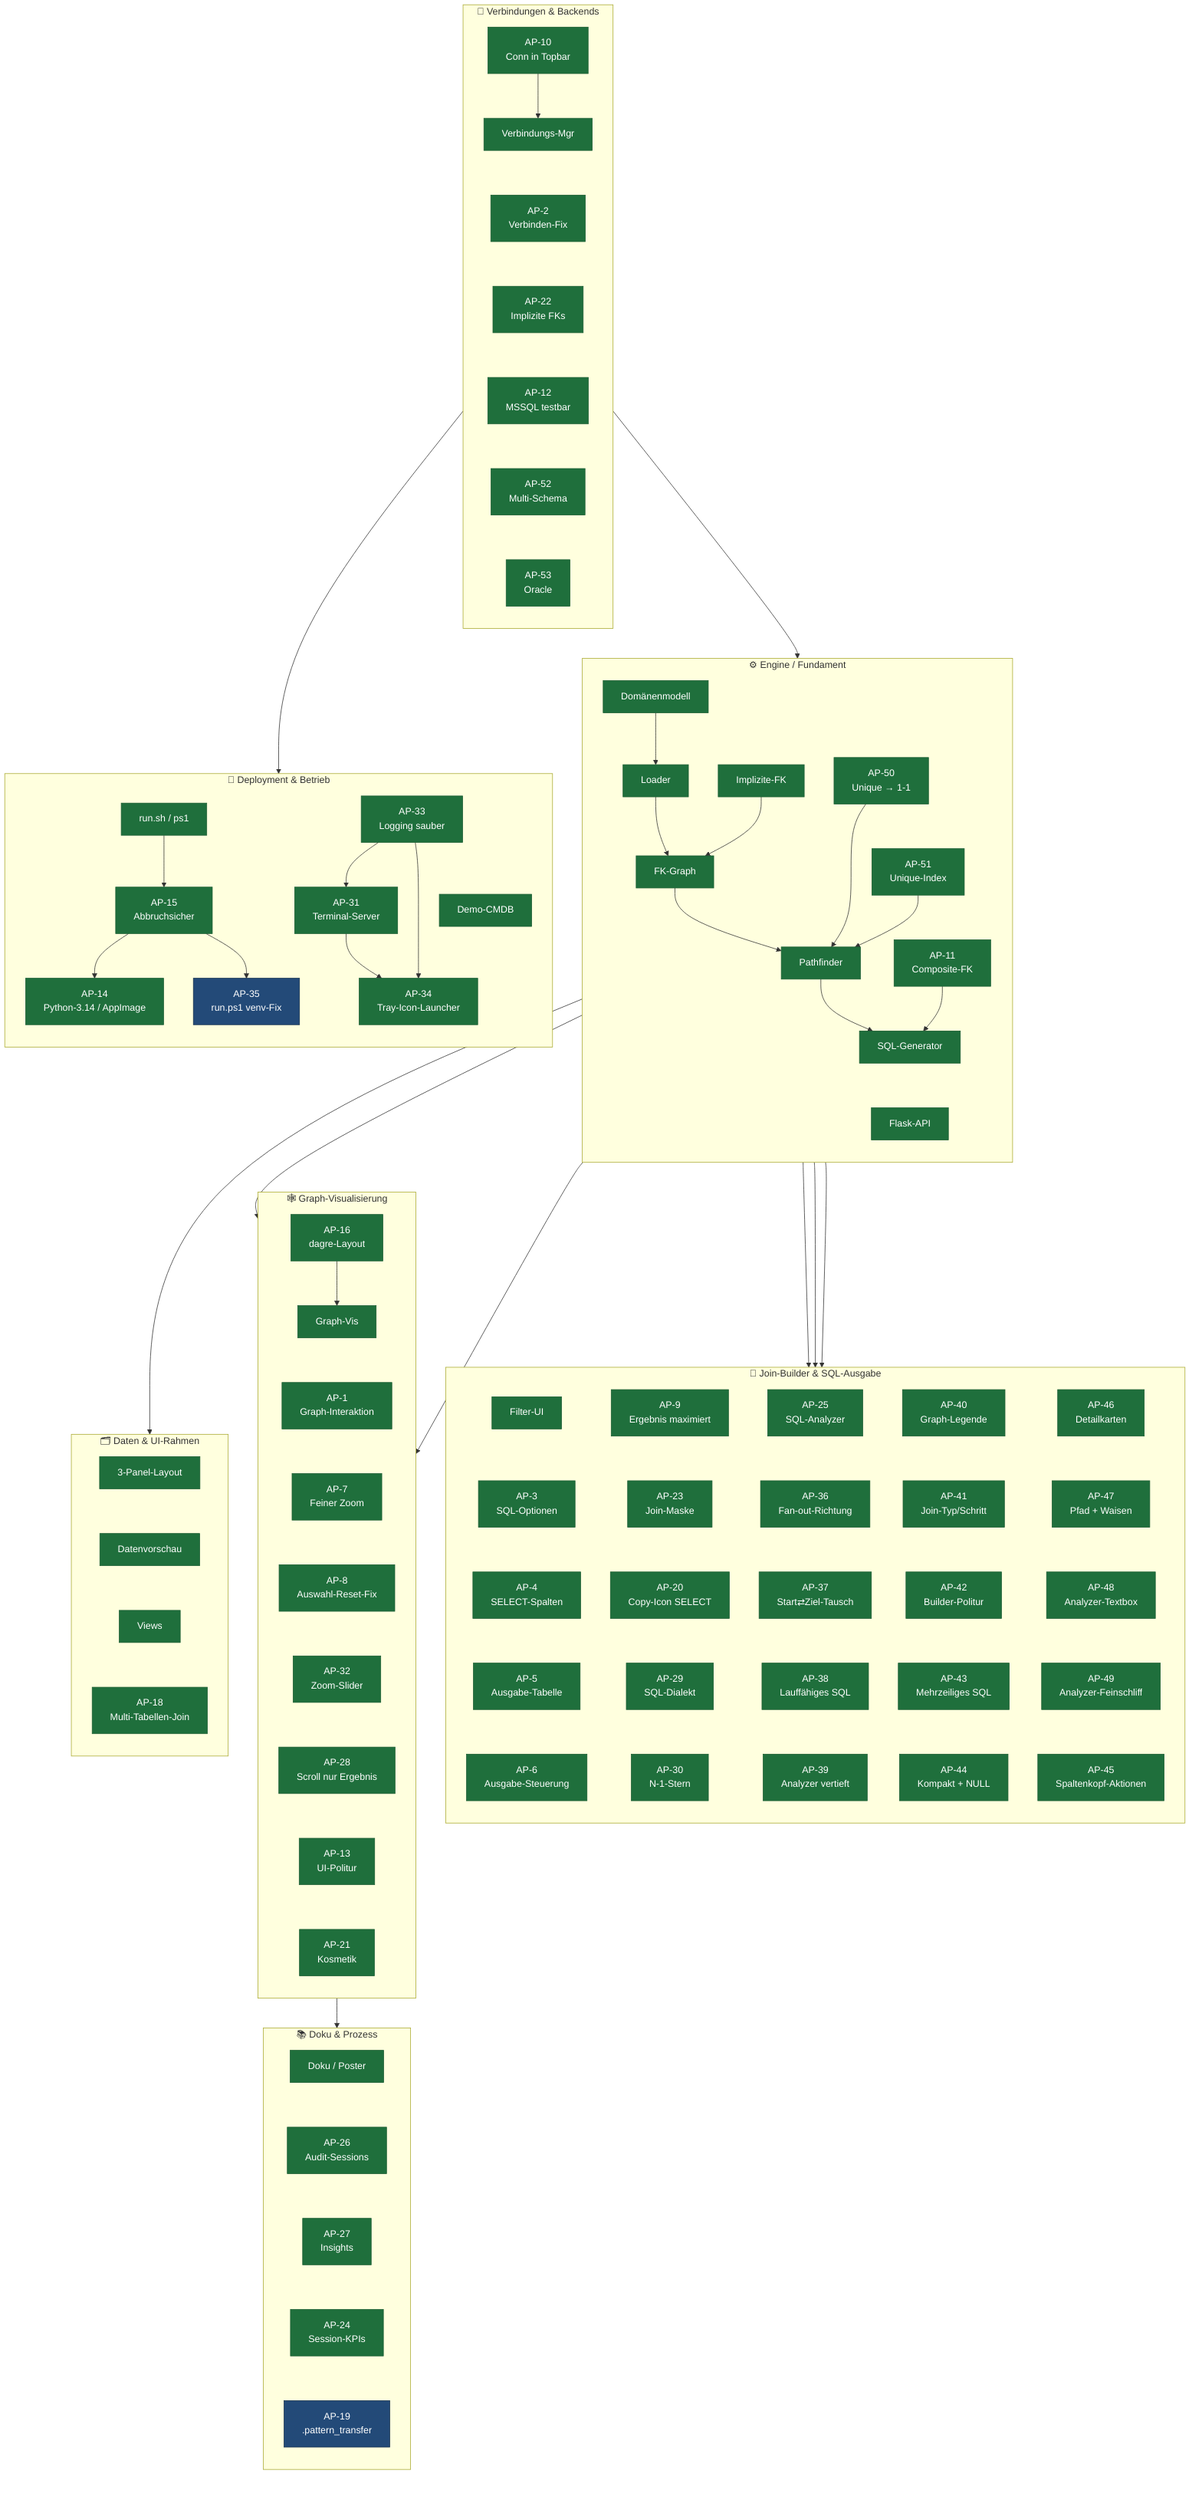
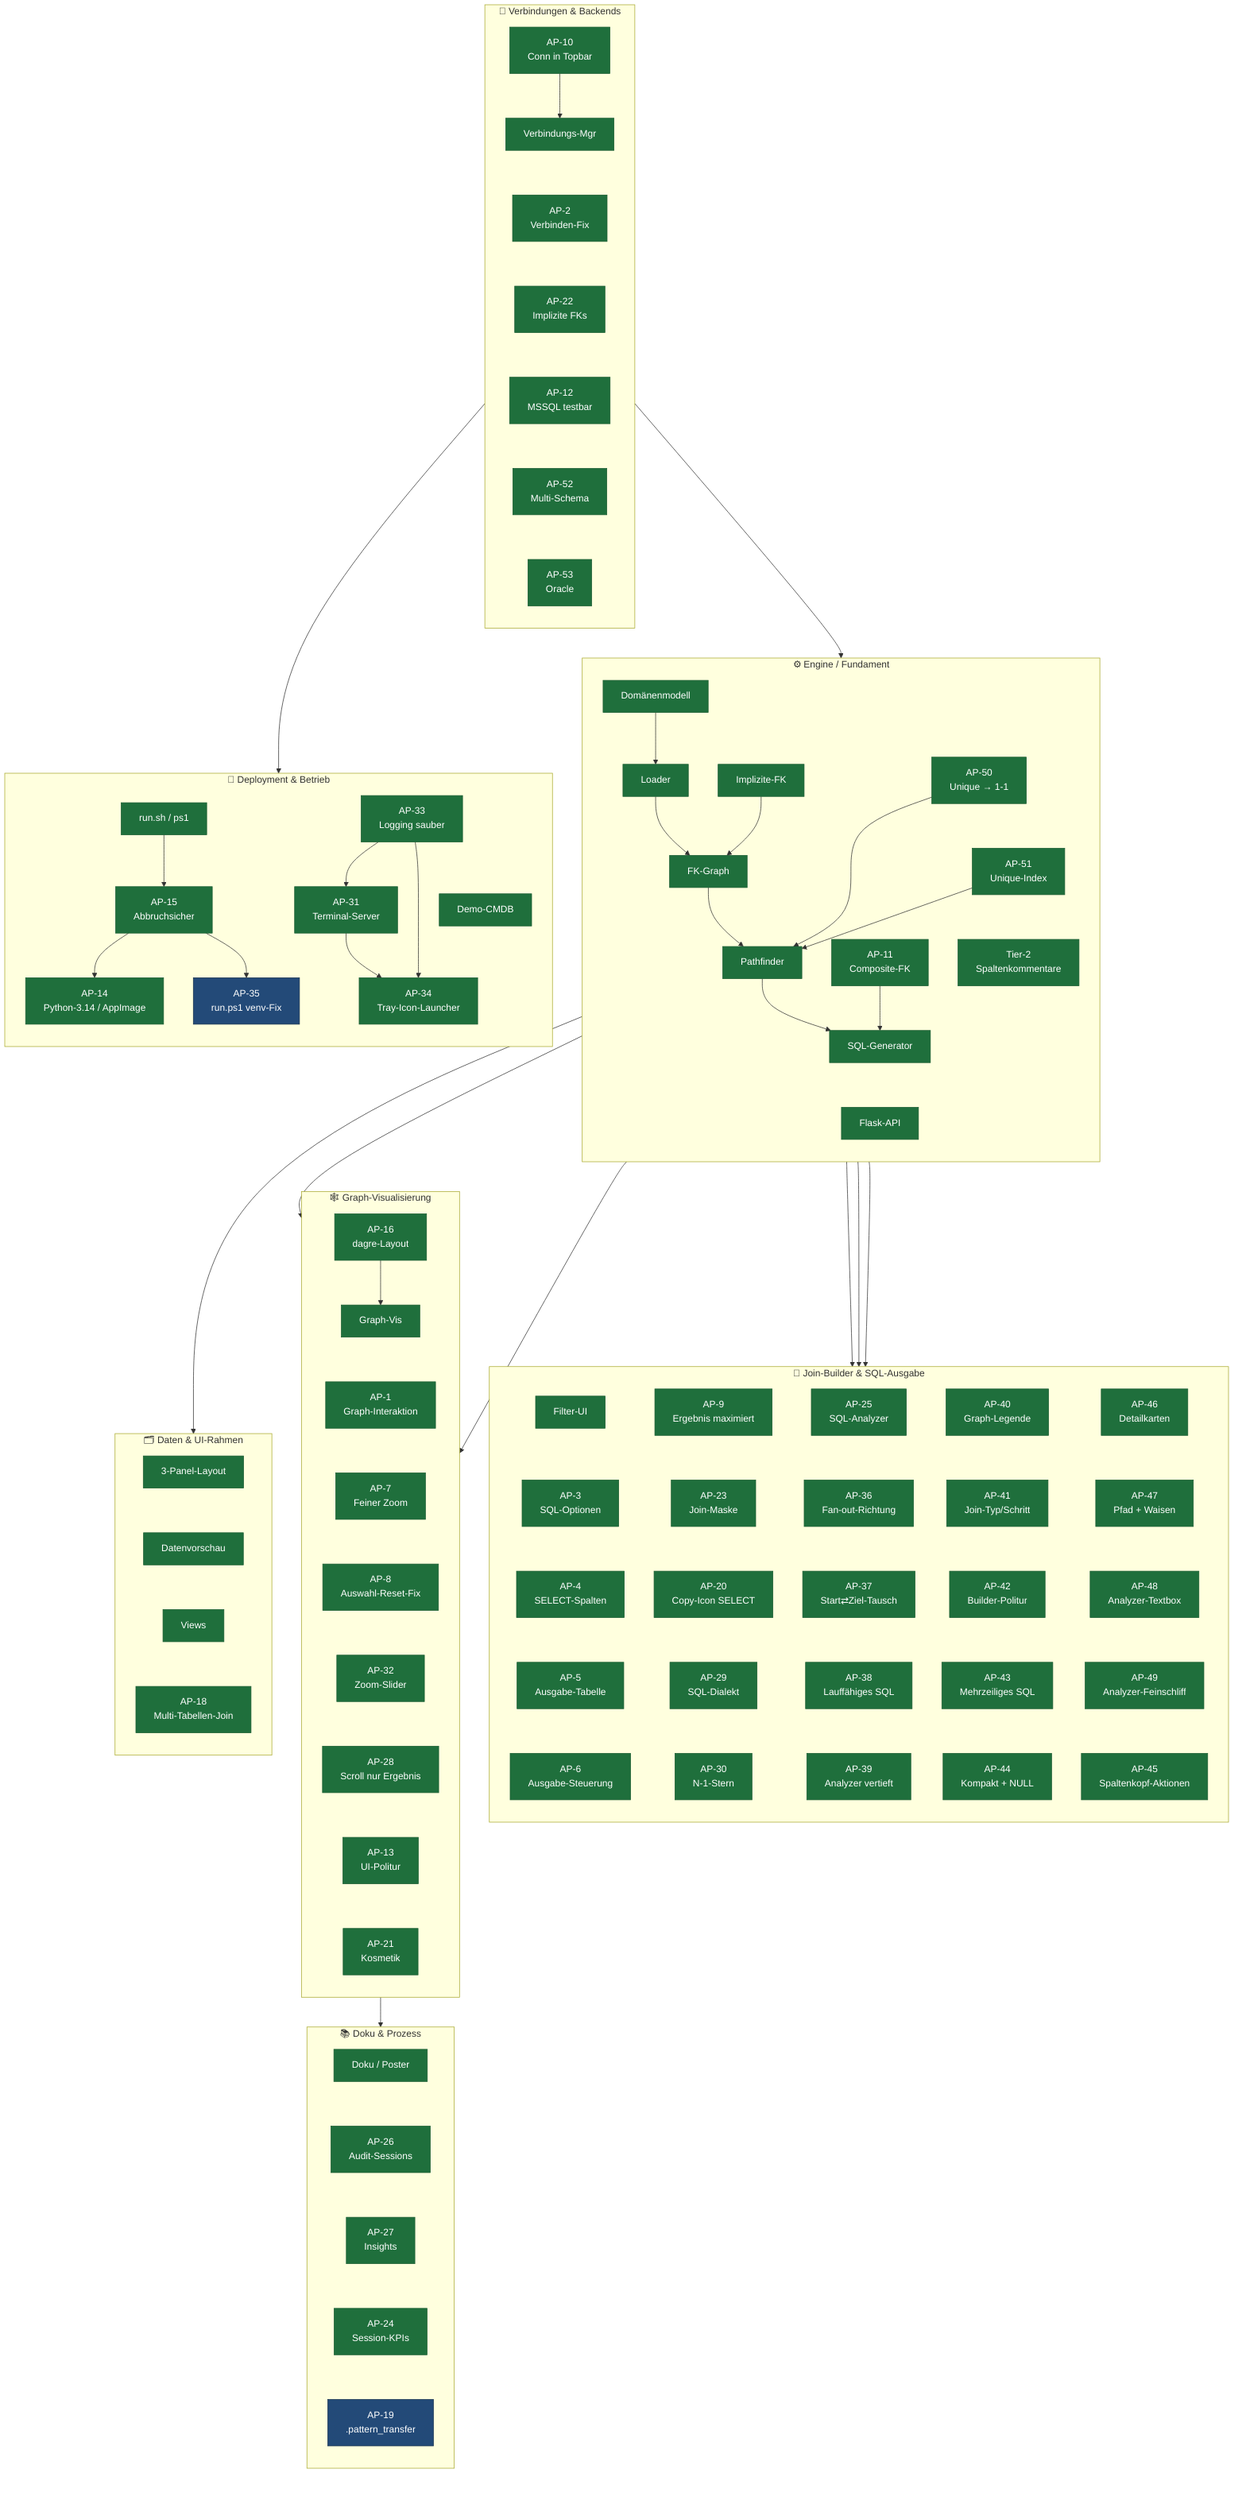
flowchart TB
    classDef done fill:#1f6f3c,color:#fff,stroke:#1a5c32,stroke-width:1px
    classDef plan fill:#234a78,color:#fff,stroke:#16314f,stroke-width:1px

    %% ── C1 · Engine / Fundament ──────────────────────────────────────────
    subgraph C1["⚙️  Engine / Fundament"]
        direction TB
        E1["Domänenmodell"]
        E2["Loader"]
        E3["FK-Graph"]
        E4["Pathfinder"]
        E5["SQL-Generator"]
        E6["Flask-API"]
        E7["AP-11\nComposite-FK"]
        E8["Implizite-FK"]
        E9["AP-50\nUnique → 1-1"]
        E10["AP-51\nUnique-Index"]
+         E11["Tier-2\nSpaltenkommentare"]
        E1 --> E2 --> E3 --> E4 --> E5
        E7 --> E5
        E8 --> E3
        E9 --> E4
        E10 --> E4
        E5 ~~~ E6
        E9 ~~~ E10
+         E10 ~~~ E11
    end

    %% ── C2 · Verbindungen & Backends ─────────────────────────────────────
    subgraph C2["🔌  Verbindungen & Backends"]
        direction TB
        V1["Verbindungs-Mgr"]
        V2["AP-2\nVerbinden-Fix"]
        V3["AP-10\nConn in Topbar"]
        V4["AP-12\nMSSQL testbar"]
        V5["AP-22\nImplizite FKs"]
        V6["AP-52\nMulti-Schema"]
        V7["AP-53\nOracle"]
        V3 --> V1
        V1 ~~~ V2 ~~~ V5 ~~~ V4 ~~~ V6 ~~~ V7
    end

    %% ── C3 · Join-Builder & SQL-Ausgabe ──────────────────────────────────
    subgraph C3["🧩  Join-Builder & SQL-Ausgabe"]
        direction TB
        J1["Filter-UI"]
        J2["AP-3\nSQL-Optionen"]
        J3["AP-4\nSELECT-Spalten"]
        J4["AP-5\nAusgabe-Tabelle"]
        J5["AP-6\nAusgabe-Steuerung"]
        J6["AP-9\nErgebnis maximiert"]
        J7["AP-23\nJoin-Maske"]
        J8["AP-20\nCopy-Icon SELECT"]
        J9["AP-29\nSQL-Dialekt"]
        J10["AP-30\nN-1-Stern"]
        J11["AP-25\nSQL-Analyzer"]
        J12["AP-36\nFan-out-Richtung"]
        J13["AP-37\nStart⇄Ziel-Tausch"]
        J14["AP-38\nLauffähiges SQL"]
        J15["AP-39\nAnalyzer vertieft"]
        J16["AP-40\nGraph-Legende"]
        J17["AP-41\nJoin-Typ/Schritt"]
        J18["AP-42\nBuilder-Politur"]
        J19["AP-43\nMehrzeiliges SQL"]
        J20["AP-44\nKompakt + NULL"]
        J21["AP-46\nDetailkarten"]
        J22["AP-47\nPfad + Waisen"]
        J23["AP-48\nAnalyzer-Textbox"]
        J24["AP-49\nAnalyzer-Feinschliff"]
        J25["AP-45\nSpaltenkopf-Aktionen"]
        %% In 5 parallele Spalten gepackt (statt einer 25-Boxen-Säule) → kompaktes Gitter
        J1 ~~~ J2 ~~~ J3 ~~~ J4 ~~~ J5
        J6 ~~~ J7 ~~~ J8 ~~~ J9 ~~~ J10
        J11 ~~~ J12 ~~~ J13 ~~~ J14 ~~~ J15
        J16 ~~~ J17 ~~~ J18 ~~~ J19 ~~~ J20
        J21 ~~~ J22 ~~~ J23 ~~~ J24 ~~~ J25
    end

    %% ── C4 · Graph-Visualisierung ────────────────────────────────────────
    subgraph C4["🕸️  Graph-Visualisierung"]
        direction TB
        G1["Graph-Vis"]
        G2["AP-1\nGraph-Interaktion"]
        G3["AP-7\nFeiner Zoom"]
        G4["AP-8\nAuswahl-Reset-Fix"]
        G5["AP-16\ndagre-Layout"]
        G6["AP-32\nZoom-Slider"]
        G7["AP-28\nScroll nur Ergebnis"]
        G8["AP-13\nUI-Politur"]
        G9["AP-21\nKosmetik"]
        G5 --> G1
        G1 ~~~ G2 ~~~ G3 ~~~ G4 ~~~ G6 ~~~ G7 ~~~ G8 ~~~ G9
    end

    %% ── C5 · Daten & UI-Rahmen ───────────────────────────────────────────
    subgraph C5["🗂️  Daten & UI-Rahmen"]
        direction TB
        D1["3-Panel-Layout"]
        D2["Datenvorschau"]
        D3["Views"]
        D4["AP-18\nMulti-Tabellen-Join"]
        D1 ~~~ D2 ~~~ D3 ~~~ D4
    end

    %% ── C6 · Deployment & Betrieb ────────────────────────────────────────
    subgraph C6["🚀  Deployment & Betrieb"]
        direction TB
        B1["Demo-CMDB"]
        B2["run.sh / ps1"]
        B3["AP-15\nAbbruchsicher"]
        B4["AP-14\nPython-3.14 / AppImage"]
        B5["AP-35\nrun.ps1 venv-Fix"]
        B7["AP-31\nTerminal-Server"]
        B8["AP-33\nLogging sauber"]
        B9["AP-34\nTray-Icon-Launcher"]
        B2 --> B3
        B3 --> B4
        B3 --> B5
        B8 --> B7
        B7 --> B9
        B8 --> B9
        B1 ~~~ B9
    end

    %% ── C7 · Doku & Prozess ──────────────────────────────────────────────
    subgraph C7["📚  Doku & Prozess"]
        direction TB
        K1["Doku / Poster"]
        K2["AP-26\nAudit-Sessions"]
        K3["AP-27\nInsights"]
        K5["AP-24\nSession-KPIs"]
        K4["AP-19\n.pattern_transfer"]
        K1 ~~~ K2 ~~~ K3 ~~~ K5 ~~~ K4
    end

    %% ── Cluster-übergreifende Abhängigkeiten ─────────────────────────────
    V1 --> E2
    E5 --> J1
    E5 --> J9
    E5 --> J11
    E4 --> G2
    E3 --> G1
    E6 --> D1
    V4 --> B7
    G5 --> K2

-     class E1,E2,E3,E4,E5,E6,E7,E8,E9,E10 done
+     class E1,E2,E3,E4,E5,E6,E7,E8,E9,E10,E11 done
    class V1,V2,V3,V4,V5,V6,V7 done
    class J1,J2,J3,J4,J5,J6,J7,J8,J9,J10,J11,J12,J13,J14,J15,J16,J17,J18,J19,J20,J21,J22,J23,J24,J25 done
    class G1,G2,G3,G4,G5,G6,G7,G8,G9 done
    class D1,D2,D3,D4 done
    class B1,B2,B3,B4,B7,B8,B9 done
    class B5 plan
    class K1,K2,K3,K5 done
    class K4 plan
